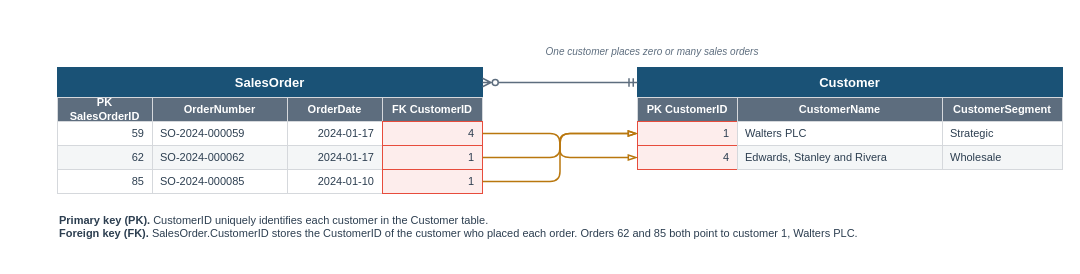
mmcodesso/Accounting_Analytics_Book keeps this draw.io diagram as visuals/src/fig-03-02-pk-fk-illustrated.drawio. Above is the earlier version. Source tidied: cells renumbered, new cells numbered last; positions are measured from the earlier drawing's top-left corner, leaving out a move shared by most shapes. Both pictures are drawn from the tidied source at 100%, with x=0, y=0 at pixel (57, 39).
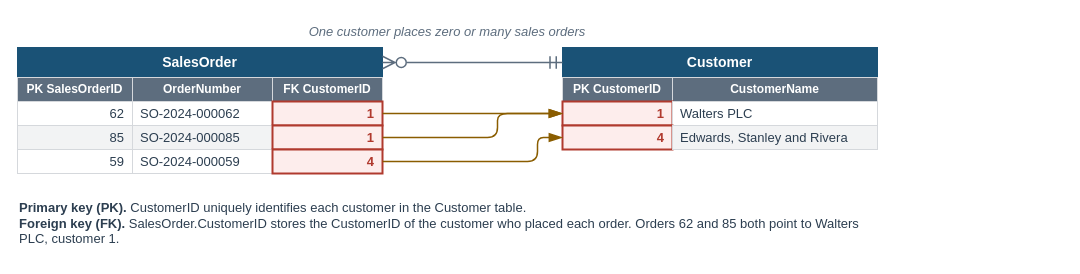
The same page after the edit.

The edit, as a diff of the source:
```diff
@@
-<mxGraphModel>
+<mxGraphModel background="#FFFFFF">
@@
+    <mxCell id="35" style="rounded=0;html=1;fillColor=none;strokeColor=none;" parent="1" vertex="1">
+      <mxGeometry x="-40" y="-22" width="860" height="238" as="geometry" />
+    </mxCell>
-    <mxCell id="2" value="&lt;b&gt;SalesOrder&lt;/b&gt;" style="rounded=0;whiteSpace=wrap;html=1;fillColor=#1A5276;strokeColor=#1A5276;fontColor=#FFFFFF;fontSize=13;fontStyle=0;align=center;verticalAlign=middle;fontFamily=Helvetica;arcSize=8;spacingLeft=6;spacingRight=6;" parent="1" vertex="1">
-      <mxGeometry y="28" width="425" height="30" as="geometry" />
+    <mxCell id="2" value="&lt;b&gt;SalesOrder&lt;/b&gt;" style="rounded=0;arcSize=6;whiteSpace=wrap;html=1;fillColor=#1A5276;strokeColor=#1A5276;strokeWidth=1;fontColor=#FFFFFF;fontSize=14;fontStyle=0;align=center;verticalAlign=middle;fontFamily=Helvetica;spacingLeft=6;spacingRight=6;" parent="1" vertex="1">
+      <mxGeometry x="-40" y="8" width="365" height="30" as="geometry" />
     </mxCell>
-    <mxCell id="3" value="&lt;b&gt;Customer&lt;/b&gt;" style="rounded=0;whiteSpace=wrap;html=1;fillColor=#1A5276;strokeColor=#1A5276;fontColor=#FFFFFF;fontSize=13;fontStyle=0;align=center;verticalAlign=middle;fontFamily=Helvetica;arcSize=8;spacingLeft=6;spacingRight=6;" parent="1" vertex="1">
-      <mxGeometry x="580" y="28" width="425" height="30" as="geometry" />
+    <mxCell id="3" value="&lt;b&gt;Customer&lt;/b&gt;" style="rounded=0;arcSize=6;whiteSpace=wrap;html=1;fillColor=#1A5276;strokeColor=#1A5276;strokeWidth=1;fontColor=#FFFFFF;fontSize=14;fontStyle=0;align=center;verticalAlign=middle;fontFamily=Helvetica;spacingLeft=6;spacingRight=6;" parent="1" vertex="1">
+      <mxGeometry x="505" y="8" width="315" height="30" as="geometry" />
     </mxCell>
-    <mxCell id="4" value="&lt;b&gt;PK SalesOrderID&lt;/b&gt;" style="rounded=0;whiteSpace=wrap;html=1;fillColor=#5D6D7E;strokeColor=#D5D8DC;fontColor=#FFFFFF;fontSize=11;fontStyle=0;align=center;verticalAlign=middle;fontFamily=Helvetica;arcSize=8;spacingLeft=6;spacingRight=6;" parent="1" vertex="1">
-      <mxGeometry y="58" width="95" height="24" as="geometry" />
+    <mxCell id="4" value="&lt;b&gt;PK SalesOrderID&lt;/b&gt;" style="rounded=0;arcSize=6;whiteSpace=wrap;html=1;fillColor=#5D6D7E;strokeColor=#D5D8DC;strokeWidth=1;fontColor=#FFFFFF;fontSize=12;fontStyle=0;align=center;verticalAlign=middle;fontFamily=Helvetica;spacingLeft=6;spacingRight=6;" parent="1" vertex="1">
+      <mxGeometry x="-40" y="38" width="115" height="24" as="geometry" />
     </mxCell>
-    <mxCell id="5" value="&lt;b&gt;OrderNumber&lt;/b&gt;" style="rounded=0;whiteSpace=wrap;html=1;fillColor=#5D6D7E;strokeColor=#D5D8DC;fontColor=#FFFFFF;fontSize=11;fontStyle=0;align=center;verticalAlign=middle;fontFamily=Helvetica;arcSize=8;spacingLeft=6;spacingRight=6;" parent="1" vertex="1">
-      <mxGeometry x="95" y="58" width="135" height="24" as="geometry" />
+    <mxCell id="5" value="&lt;b&gt;OrderNumber&lt;/b&gt;" style="rounded=0;arcSize=6;whiteSpace=wrap;html=1;fillColor=#5D6D7E;strokeColor=#D5D8DC;strokeWidth=1;fontColor=#FFFFFF;fontSize=12;fontStyle=0;align=center;verticalAlign=middle;fontFamily=Helvetica;spacingLeft=6;spacingRight=6;" parent="1" vertex="1">
+      <mxGeometry x="75" y="38" width="140" height="24" as="geometry" />
     </mxCell>
-    <mxCell id="6" value="&lt;b&gt;OrderDate&lt;/b&gt;" style="rounded=0;whiteSpace=wrap;html=1;fillColor=#5D6D7E;strokeColor=#D5D8DC;fontColor=#FFFFFF;fontSize=11;fontStyle=0;align=center;verticalAlign=middle;fontFamily=Helvetica;arcSize=8;spacingLeft=6;spacingRight=6;" parent="1" vertex="1">
-      <mxGeometry x="230" y="58" width="95" height="24" as="geometry" />
+    <mxCell id="6" value="&lt;b&gt;FK CustomerID&lt;/b&gt;" style="rounded=0;arcSize=6;whiteSpace=wrap;html=1;fillColor=#5D6D7E;strokeColor=#D5D8DC;strokeWidth=1;fontColor=#FFFFFF;fontSize=12;fontStyle=0;align=center;verticalAlign=middle;fontFamily=Helvetica;spacingLeft=6;spacingRight=6;" parent="1" vertex="1">
+      <mxGeometry x="215" y="38" width="110" height="24" as="geometry" />
     </mxCell>
-    <mxCell id="7" value="&lt;b&gt;FK CustomerID&lt;/b&gt;" style="rounded=0;whiteSpace=wrap;html=1;fillColor=#5D6D7E;strokeColor=#D5D8DC;fontColor=#FFFFFF;fontSize=11;fontStyle=0;align=center;verticalAlign=middle;fontFamily=Helvetica;arcSize=8;spacingLeft=6;spacingRight=6;" parent="1" vertex="1">
-      <mxGeometry x="325" y="58" width="100" height="24" as="geometry" />
+    <mxCell id="7" value="62" style="rounded=0;arcSize=6;whiteSpace=wrap;html=1;fillColor=#FFFFFF;strokeColor=#D5D8DC;strokeWidth=1;fontColor=#2C3E50;fontSize=13;fontStyle=0;align=right;verticalAlign=middle;fontFamily=Helvetica;spacingLeft=6;spacingRight=6;" parent="1" vertex="1">
+      <mxGeometry x="-40" y="62" width="115" height="24" as="geometry" />
     </mxCell>
-    <mxCell id="8" value="59" style="rounded=0;whiteSpace=wrap;html=1;fillColor=#FFFFFF;strokeColor=#D5D8DC;fontColor=#2C3E50;fontSize=11;fontStyle=0;align=right;verticalAlign=middle;fontFamily=Helvetica;arcSize=8;spacingLeft=6;spacingRight=6;" parent="1" vertex="1">
-      <mxGeometry y="82" width="95" height="24" as="geometry" />
+    <mxCell id="8" value="SO-2024-000062" style="rounded=0;arcSize=6;whiteSpace=wrap;html=1;fillColor=#FFFFFF;strokeColor=#D5D8DC;strokeWidth=1;fontColor=#2C3E50;fontSize=13;fontStyle=0;align=left;verticalAlign=middle;fontFamily=Helvetica;spacingLeft=6;spacingRight=6;" parent="1" vertex="1">
+      <mxGeometry x="75" y="62" width="140" height="24" as="geometry" />
     </mxCell>
-    <mxCell id="9" value="SO-2024-000059" style="rounded=0;whiteSpace=wrap;html=1;fillColor=#FFFFFF;strokeColor=#D5D8DC;fontColor=#2C3E50;fontSize=11;fontStyle=0;align=left;verticalAlign=middle;fontFamily=Helvetica;arcSize=8;spacingLeft=6;spacingRight=6;" parent="1" vertex="1">
-      <mxGeometry x="95" y="82" width="135" height="24" as="geometry" />
+    <mxCell id="9" value="&lt;b&gt;1&lt;/b&gt;" style="rounded=0;arcSize=6;whiteSpace=wrap;html=1;fillColor=#FDEDEC;strokeColor=#B03A2E;strokeWidth=2;fontColor=#B03A2E;fontSize=13;fontStyle=0;align=right;verticalAlign=middle;fontFamily=Helvetica;spacingLeft=6;spacingRight=6;" parent="1" vertex="1">
+      <mxGeometry x="215" y="62" width="110" height="24" as="geometry" />
     </mxCell>
-    <mxCell id="10" value="2024-01-17" style="rounded=0;whiteSpace=wrap;html=1;fillColor=#FFFFFF;strokeColor=#D5D8DC;fontColor=#2C3E50;fontSize=11;fontStyle=0;align=right;verticalAlign=middle;fontFamily=Helvetica;arcSize=8;spacingLeft=6;spacingRight=6;" parent="1" vertex="1">
-      <mxGeometry x="230" y="82" width="95" height="24" as="geometry" />
+    <mxCell id="10" value="85" style="rounded=0;arcSize=6;whiteSpace=wrap;html=1;fillColor=#F2F3F4;strokeColor=#D5D8DC;strokeWidth=1;fontColor=#2C3E50;fontSize=13;fontStyle=0;align=right;verticalAlign=middle;fontFamily=Helvetica;spacingLeft=6;spacingRight=6;" parent="1" vertex="1">
+      <mxGeometry x="-40" y="86" width="115" height="24" as="geometry" />
     </mxCell>
-    <mxCell id="11" value="4" style="rounded=0;whiteSpace=wrap;html=1;fillColor=#FDEDEC;strokeColor=#E74C3C;fontColor=#2C3E50;fontSize=11;fontStyle=0;align=right;verticalAlign=middle;fontFamily=Helvetica;arcSize=8;spacingLeft=6;spacingRight=6;" parent="1" vertex="1">
-      <mxGeometry x="325" y="82" width="100" height="24" as="geometry" />
+    <mxCell id="11" value="SO-2024-000085" style="rounded=0;arcSize=6;whiteSpace=wrap;html=1;fillColor=#F2F3F4;strokeColor=#D5D8DC;strokeWidth=1;fontColor=#2C3E50;fontSize=13;fontStyle=0;align=left;verticalAlign=middle;fontFamily=Helvetica;spacingLeft=6;spacingRight=6;" parent="1" vertex="1">
+      <mxGeometry x="75" y="86" width="140" height="24" as="geometry" />
     </mxCell>
-    <mxCell id="12" value="62" style="rounded=0;whiteSpace=wrap;html=1;fillColor=#F4F6F7;strokeColor=#D5D8DC;fontColor=#2C3E50;fontSize=11;fontStyle=0;align=right;verticalAlign=middle;fontFamily=Helvetica;arcSize=8;spacingLeft=6;spacingRight=6;" parent="1" vertex="1">
-      <mxGeometry y="106" width="95" height="24" as="geometry" />
+    <mxCell id="12" value="&lt;b&gt;1&lt;/b&gt;" style="rounded=0;arcSize=6;whiteSpace=wrap;html=1;fillColor=#FDEDEC;strokeColor=#B03A2E;strokeWidth=2;fontColor=#B03A2E;fontSize=13;fontStyle=0;align=right;verticalAlign=middle;fontFamily=Helvetica;spacingLeft=6;spacingRight=6;" parent="1" vertex="1">
+      <mxGeometry x="215" y="86" width="110" height="24" as="geometry" />
     </mxCell>
-    <mxCell id="13" value="SO-2024-000062" style="rounded=0;whiteSpace=wrap;html=1;fillColor=#F4F6F7;strokeColor=#D5D8DC;fontColor=#2C3E50;fontSize=11;fontStyle=0;align=left;verticalAlign=middle;fontFamily=Helvetica;arcSize=8;spacingLeft=6;spacingRight=6;" parent="1" vertex="1">
-      <mxGeometry x="95" y="106" width="135" height="24" as="geometry" />
+    <mxCell id="13" value="59" style="rounded=0;arcSize=6;whiteSpace=wrap;html=1;fillColor=#FFFFFF;strokeColor=#D5D8DC;strokeWidth=1;fontColor=#2C3E50;fontSize=13;fontStyle=0;align=right;verticalAlign=middle;fontFamily=Helvetica;spacingLeft=6;spacingRight=6;" parent="1" vertex="1">
+      <mxGeometry x="-40" y="110" width="115" height="24" as="geometry" />
     </mxCell>
-    <mxCell id="14" value="2024-01-17" style="rounded=0;whiteSpace=wrap;html=1;fillColor=#F4F6F7;strokeColor=#D5D8DC;fontColor=#2C3E50;fontSize=11;fontStyle=0;align=right;verticalAlign=middle;fontFamily=Helvetica;arcSize=8;spacingLeft=6;spacingRight=6;" parent="1" vertex="1">
-      <mxGeometry x="230" y="106" width="95" height="24" as="geometry" />
+    <mxCell id="14" value="SO-2024-000059" style="rounded=0;arcSize=6;whiteSpace=wrap;html=1;fillColor=#FFFFFF;strokeColor=#D5D8DC;strokeWidth=1;fontColor=#2C3E50;fontSize=13;fontStyle=0;align=left;verticalAlign=middle;fontFamily=Helvetica;spacingLeft=6;spacingRight=6;" parent="1" vertex="1">
+      <mxGeometry x="75" y="110" width="140" height="24" as="geometry" />
     </mxCell>
-    <mxCell id="15" value="1" style="rounded=0;whiteSpace=wrap;html=1;fillColor=#FDEDEC;strokeColor=#E74C3C;fontColor=#2C3E50;fontSize=11;fontStyle=0;align=right;verticalAlign=middle;fontFamily=Helvetica;arcSize=8;spacingLeft=6;spacingRight=6;" parent="1" vertex="1">
-      <mxGeometry x="325" y="106" width="100" height="24" as="geometry" />
+    <mxCell id="15" value="&lt;b&gt;4&lt;/b&gt;" style="rounded=0;arcSize=6;whiteSpace=wrap;html=1;fillColor=#FDEDEC;strokeColor=#B03A2E;strokeWidth=2;fontColor=#B03A2E;fontSize=13;fontStyle=0;align=right;verticalAlign=middle;fontFamily=Helvetica;spacingLeft=6;spacingRight=6;" parent="1" vertex="1">
+      <mxGeometry x="215" y="110" width="110" height="24" as="geometry" />
     </mxCell>
-    <mxCell id="16" value="85" style="rounded=0;whiteSpace=wrap;html=1;fillColor=#FFFFFF;strokeColor=#D5D8DC;fontColor=#2C3E50;fontSize=11;fontStyle=0;align=right;verticalAlign=middle;fontFamily=Helvetica;arcSize=8;spacingLeft=6;spacingRight=6;" parent="1" vertex="1">
-      <mxGeometry y="130" width="95" height="24" as="geometry" />
+    <mxCell id="16" value="&lt;b&gt;PK CustomerID&lt;/b&gt;" style="rounded=0;arcSize=6;whiteSpace=wrap;html=1;fillColor=#5D6D7E;strokeColor=#D5D8DC;strokeWidth=1;fontColor=#FFFFFF;fontSize=12;fontStyle=0;align=center;verticalAlign=middle;fontFamily=Helvetica;spacingLeft=6;spacingRight=6;" parent="1" vertex="1">
+      <mxGeometry x="505" y="38" width="110" height="24" as="geometry" />
     </mxCell>
-    <mxCell id="17" value="SO-2024-000085" style="rounded=0;whiteSpace=wrap;html=1;fillColor=#FFFFFF;strokeColor=#D5D8DC;fontColor=#2C3E50;fontSize=11;fontStyle=0;align=left;verticalAlign=middle;fontFamily=Helvetica;arcSize=8;spacingLeft=6;spacingRight=6;" parent="1" vertex="1">
-      <mxGeometry x="95" y="130" width="135" height="24" as="geometry" />
+    <mxCell id="17" value="&lt;b&gt;CustomerName&lt;/b&gt;" style="rounded=0;arcSize=6;whiteSpace=wrap;html=1;fillColor=#5D6D7E;strokeColor=#D5D8DC;strokeWidth=1;fontColor=#FFFFFF;fontSize=12;fontStyle=0;align=center;verticalAlign=middle;fontFamily=Helvetica;spacingLeft=6;spacingRight=6;" parent="1" vertex="1">
+      <mxGeometry x="615" y="38" width="205" height="24" as="geometry" />
     </mxCell>
-    <mxCell id="18" value="2024-01-10" style="rounded=0;whiteSpace=wrap;html=1;fillColor=#FFFFFF;strokeColor=#D5D8DC;fontColor=#2C3E50;fontSize=11;fontStyle=0;align=right;verticalAlign=middle;fontFamily=Helvetica;arcSize=8;spacingLeft=6;spacingRight=6;" parent="1" vertex="1">
-      <mxGeometry x="230" y="130" width="95" height="24" as="geometry" />
+    <mxCell id="18" value="&lt;b&gt;1&lt;/b&gt;" style="rounded=0;arcSize=6;whiteSpace=wrap;html=1;fillColor=#FDEDEC;strokeColor=#B03A2E;strokeWidth=2;fontColor=#B03A2E;fontSize=13;fontStyle=0;align=right;verticalAlign=middle;fontFamily=Helvetica;spacingLeft=6;spacingRight=6;" parent="1" vertex="1">
+      <mxGeometry x="505" y="62" width="110" height="24" as="geometry" />
     </mxCell>
-    <mxCell id="19" value="1" style="rounded=0;whiteSpace=wrap;html=1;fillColor=#FDEDEC;strokeColor=#E74C3C;fontColor=#2C3E50;fontSize=11;fontStyle=0;align=right;verticalAlign=middle;fontFamily=Helvetica;arcSize=8;spacingLeft=6;spacingRight=6;" parent="1" vertex="1">
-      <mxGeometry x="325" y="130" width="100" height="24" as="geometry" />
+    <mxCell id="19" value="Walters PLC" style="rounded=0;arcSize=6;whiteSpace=wrap;html=1;fillColor=#FFFFFF;strokeColor=#D5D8DC;strokeWidth=1;fontColor=#2C3E50;fontSize=13;fontStyle=0;align=left;verticalAlign=middle;fontFamily=Helvetica;spacingLeft=6;spacingRight=6;" parent="1" vertex="1">
+      <mxGeometry x="615" y="62" width="205" height="24" as="geometry" />
     </mxCell>
-    <mxCell id="20" value="&lt;b&gt;PK CustomerID&lt;/b&gt;" style="rounded=0;whiteSpace=wrap;html=1;fillColor=#5D6D7E;strokeColor=#D5D8DC;fontColor=#FFFFFF;fontSize=11;fontStyle=0;align=center;verticalAlign=middle;fontFamily=Helvetica;arcSize=8;spacingLeft=6;spacingRight=6;" parent="1" vertex="1">
-      <mxGeometry x="580" y="58" width="100" height="24" as="geometry" />
+    <mxCell id="20" value="&lt;b&gt;4&lt;/b&gt;" style="rounded=0;arcSize=6;whiteSpace=wrap;html=1;fillColor=#FDEDEC;strokeColor=#B03A2E;strokeWidth=2;fontColor=#B03A2E;fontSize=13;fontStyle=0;align=right;verticalAlign=middle;fontFamily=Helvetica;spacingLeft=6;spacingRight=6;" parent="1" vertex="1">
+      <mxGeometry x="505" y="86" width="110" height="24" as="geometry" />
     </mxCell>
-    <mxCell id="21" value="&lt;b&gt;CustomerName&lt;/b&gt;" style="rounded=0;whiteSpace=wrap;html=1;fillColor=#5D6D7E;strokeColor=#D5D8DC;fontColor=#FFFFFF;fontSize=11;fontStyle=0;align=center;verticalAlign=middle;fontFamily=Helvetica;arcSize=8;spacingLeft=6;spacingRight=6;" parent="1" vertex="1">
-      <mxGeometry x="680" y="58" width="205" height="24" as="geometry" />
+    <mxCell id="21" value="Edwards, Stanley and Rivera" style="rounded=0;arcSize=6;whiteSpace=wrap;html=1;fillColor=#F2F3F4;strokeColor=#D5D8DC;strokeWidth=1;fontColor=#2C3E50;fontSize=13;fontStyle=0;align=left;verticalAlign=middle;fontFamily=Helvetica;spacingLeft=6;spacingRight=6;" parent="1" vertex="1">
+      <mxGeometry x="615" y="86" width="205" height="24" as="geometry" />
     </mxCell>
-    <mxCell id="22" value="&lt;b&gt;CustomerSegment&lt;/b&gt;" style="rounded=0;whiteSpace=wrap;html=1;fillColor=#5D6D7E;strokeColor=#D5D8DC;fontColor=#FFFFFF;fontSize=11;fontStyle=0;align=center;verticalAlign=middle;fontFamily=Helvetica;arcSize=8;spacingLeft=6;spacingRight=6;" parent="1" vertex="1">
-      <mxGeometry x="885" y="58" width="120" height="24" as="geometry" />
-    </mxCell>
-    <mxCell id="23" value="1" style="rounded=0;whiteSpace=wrap;html=1;fillColor=#FDEDEC;strokeColor=#E74C3C;fontColor=#2C3E50;fontSize=11;fontStyle=0;align=right;verticalAlign=middle;fontFamily=Helvetica;arcSize=8;spacingLeft=6;spacingRight=6;" parent="1" vertex="1">
-      <mxGeometry x="580" y="82" width="100" height="24" as="geometry" />
-    </mxCell>
-    <mxCell id="24" value="Walters PLC" style="rounded=0;whiteSpace=wrap;html=1;fillColor=#FFFFFF;strokeColor=#D5D8DC;fontColor=#2C3E50;fontSize=11;fontStyle=0;align=left;verticalAlign=middle;fontFamily=Helvetica;arcSize=8;spacingLeft=6;spacingRight=6;" parent="1" vertex="1">
-      <mxGeometry x="680" y="82" width="205" height="24" as="geometry" />
-    </mxCell>
-    <mxCell id="25" value="Strategic" style="rounded=0;whiteSpace=wrap;html=1;fillColor=#FFFFFF;strokeColor=#D5D8DC;fontColor=#2C3E50;fontSize=11;fontStyle=0;align=left;verticalAlign=middle;fontFamily=Helvetica;arcSize=8;spacingLeft=6;spacingRight=6;" parent="1" vertex="1">
-      <mxGeometry x="885" y="82" width="120" height="24" as="geometry" />
-    </mxCell>
+    <mxCell id="36" style="edgeStyle=orthogonalEdgeStyle;rounded=1;html=1;startArrow=none;endArrow=blockThin;startFill=0;endFill=1;startSize=10;endSize=10;strokeColor=#8A5D00;strokeWidth=1.5;fontSize=12;fontColor=#2C3E50;fontFamily=Helvetica;labelBackgroundColor=#FFFFFF;exitX=1;exitY=0.5;exitDx=0;exitDy=0;entryX=0;entryY=0.5;entryDx=0;entryDy=0;" parent="1" edge="1" source="9" target="18">
+      <mxGeometry relative="1" as="geometry">
+        <Array as="points">
+          <mxPoint x="400" y="74" />
+          <mxPoint x="400" y="74" />
+        </Array>
+      </mxGeometry>
+    </mxCell>
+    <mxCell id="37" style="edgeStyle=orthogonalEdgeStyle;rounded=1;html=1;startArrow=none;endArrow=blockThin;startFill=0;endFill=1;startSize=10;endSize=10;strokeColor=#8A5D00;strokeWidth=1.5;fontSize=12;fontColor=#2C3E50;fontFamily=Helvetica;labelBackgroundColor=#FFFFFF;exitX=1;exitY=0.5;exitDx=0;exitDy=0;entryX=0;entryY=0.5;entryDx=0;entryDy=0;" parent="1" edge="1" source="12" target="18">
+      <mxGeometry relative="1" as="geometry">
+        <Array as="points">
+          <mxPoint x="440" y="98" />
+          <mxPoint x="440" y="74" />
+        </Array>
+      </mxGeometry>
+    </mxCell>
+    <mxCell id="38" style="edgeStyle=orthogonalEdgeStyle;rounded=1;html=1;startArrow=none;endArrow=blockThin;startFill=0;endFill=1;startSize=10;endSize=10;strokeColor=#8A5D00;strokeWidth=1.5;fontSize=12;fontColor=#2C3E50;fontFamily=Helvetica;labelBackgroundColor=#FFFFFF;exitX=1;exitY=0.5;exitDx=0;exitDy=0;entryX=0;entryY=0.5;entryDx=0;entryDy=0;" parent="1" edge="1" source="15" target="20">
+      <mxGeometry relative="1" as="geometry">
+        <Array as="points">
+          <mxPoint x="480" y="122" />
+          <mxPoint x="480" y="98" />
+        </Array>
+      </mxGeometry>
+    </mxCell>
+    <mxCell id="32" style="edgeStyle=orthogonalEdgeStyle;rounded=1;html=1;startArrow=ERmandOne;endArrow=ERzeroToMany;startFill=0;endFill=0;startSize=10;endSize=10;strokeColor=#5D6D7E;strokeWidth=1.5;fontSize=12;fontColor=#2C3E50;fontFamily=Helvetica;labelBackgroundColor=#FFFFFF;er=Customer.CustomerID&gt;SalesOrder.CustomerID;exitX=0;exitY=0.5;exitDx=0;exitDy=0;entryX=1;entryY=0.5;entryDx=0;entryDy=0;" parent="1" edge="1" source="3" target="2">
+      <mxGeometry relative="1" as="geometry" />
+    </mxCell>
-    <mxCell id="26" value="4" style="rounded=0;whiteSpace=wrap;html=1;fillColor=#FDEDEC;strokeColor=#E74C3C;fontColor=#2C3E50;fontSize=11;fontStyle=0;align=right;verticalAlign=middle;fontFamily=Helvetica;arcSize=8;spacingLeft=6;spacingRight=6;" parent="1" vertex="1">
-      <mxGeometry x="580" y="106" width="100" height="24" as="geometry" />
+    <mxCell id="26" value="&lt;i&gt;One customer places zero or many sales orders&lt;/i&gt;" style="text;html=1;whiteSpace=wrap;align=center;verticalAlign=top;fontSize=13;fontColor=#5D6D7E;fontStyle=0;fontFamily=Helvetica;spacing=2;fillColor=none;strokeColor=none;" parent="1" vertex="1">
+      <mxGeometry x="190" y="-22" width="400" height="22" as="geometry" />
     </mxCell>
-    <mxCell id="27" value="Edwards, Stanley and Rivera" style="rounded=0;whiteSpace=wrap;html=1;fillColor=#F4F6F7;strokeColor=#D5D8DC;fontColor=#2C3E50;fontSize=11;fontStyle=0;align=left;verticalAlign=middle;fontFamily=Helvetica;arcSize=8;spacingLeft=6;spacingRight=6;" parent="1" vertex="1">
-      <mxGeometry x="680" y="106" width="205" height="24" as="geometry" />
+    <mxCell id="27" value="&lt;b&gt;Primary key (PK).&lt;/b&gt; CustomerID uniquely identifies each customer in the Customer table.&lt;br&gt;&lt;b&gt;Foreign key (FK).&lt;/b&gt; SalesOrder.CustomerID stores the CustomerID of the customer who placed each order. Orders 62 and 85 both point to Walters PLC, customer 1." style="text;html=1;whiteSpace=wrap;align=left;verticalAlign=top;fontSize=13;fontColor=#2C3E50;fontStyle=0;fontFamily=Helvetica;spacing=2;fillColor=none;strokeColor=none;" parent="1" vertex="1">
+      <mxGeometry x="-40" y="154" width="860" height="60" as="geometry" />
     </mxCell>
-    <mxCell id="28" value="Wholesale" style="rounded=0;whiteSpace=wrap;html=1;fillColor=#F4F6F7;strokeColor=#D5D8DC;fontColor=#2C3E50;fontSize=11;fontStyle=0;align=left;verticalAlign=middle;fontFamily=Helvetica;arcSize=8;spacingLeft=6;spacingRight=6;" parent="1" vertex="1">
-      <mxGeometry x="885" y="106" width="120" height="24" as="geometry" />
-    </mxCell>
-    <mxCell id="29" style="edgeStyle=orthogonalEdgeStyle;rounded=1;html=1;startArrow=none;endArrow=blockThin;startFill=0;endFill=0;strokeColor=#B9770E;strokeWidth=1.5;fontSize=9;fontColor=#5D6D7E;fontFamily=Helvetica;labelBackgroundColor=#FFFFFF;exitX=1;exitY=0.5;exitDx=0;exitDy=0;entryX=0;entryY=0.5;entryDx=0;entryDy=0;" parent="1" edge="1" source="11" target="26">
-      <mxGeometry relative="1" as="geometry" />
-    </mxCell>
-    <mxCell id="30" style="edgeStyle=orthogonalEdgeStyle;rounded=1;html=1;startArrow=none;endArrow=blockThin;startFill=0;endFill=0;strokeColor=#B9770E;strokeWidth=1.5;fontSize=9;fontColor=#5D6D7E;fontFamily=Helvetica;labelBackgroundColor=#FFFFFF;exitX=1;exitY=0.5;exitDx=0;exitDy=0;entryX=0;entryY=0.5;entryDx=0;entryDy=0;" parent="1" edge="1" source="15" target="23">
-      <mxGeometry relative="1" as="geometry" />
-    </mxCell>
-    <mxCell id="31" style="edgeStyle=orthogonalEdgeStyle;rounded=1;html=1;startArrow=none;endArrow=blockThin;startFill=0;endFill=0;strokeColor=#B9770E;strokeWidth=1.5;fontSize=9;fontColor=#5D6D7E;fontFamily=Helvetica;labelBackgroundColor=#FFFFFF;exitX=1;exitY=0.5;exitDx=0;exitDy=0;entryX=0;entryY=0.5;entryDx=0;entryDy=0;" parent="1" edge="1" source="19" target="23">
-      <mxGeometry relative="1" as="geometry" />
-    </mxCell>
-    <mxCell id="32" style="edgeStyle=orthogonalEdgeStyle;rounded=1;html=1;startArrow=ERmandOne;endArrow=ERzeroToMany;startFill=0;endFill=0;strokeColor=#5D6D7E;strokeWidth=1.5;fontSize=9;fontColor=#5D6D7E;fontFamily=Helvetica;labelBackgroundColor=#FFFFFF;exitX=0;exitY=0.5;exitDx=0;exitDy=0;entryX=1;entryY=0.5;entryDx=0;entryDy=0;" parent="1" edge="1" source="3" target="2">
-      <mxGeometry relative="1" as="geometry" />
-    </mxCell>
-    <mxCell id="33" value="&lt;i&gt;One customer places zero or many sales orders&lt;/i&gt;" style="text;html=1;whiteSpace=wrap;align=center;verticalAlign=top;fontSize=10;fontColor=#5D6D7E;fontStyle=0;fontFamily=Helvetica;spacing=2;" parent="1" vertex="1">
-      <mxGeometry x="430" width="330" height="20" as="geometry" />
-    </mxCell>
-    <mxCell id="34" value="&lt;b&gt;Primary key (PK).&lt;/b&gt; CustomerID uniquely identifies each customer in the Customer table.&lt;br&gt;&lt;b&gt;Foreign key (FK).&lt;/b&gt; SalesOrder.CustomerID stores the CustomerID of the customer who placed each order. Orders 62 and 85 both point to customer 1, Walters PLC." style="text;html=1;whiteSpace=wrap;align=left;verticalAlign=top;fontSize=11;fontColor=#2C3E50;fontStyle=0;fontFamily=Helvetica;spacing=2;" parent="1" vertex="1">
-      <mxGeometry y="168" width="960" height="50" as="geometry" />
-    </mxCell>
```
